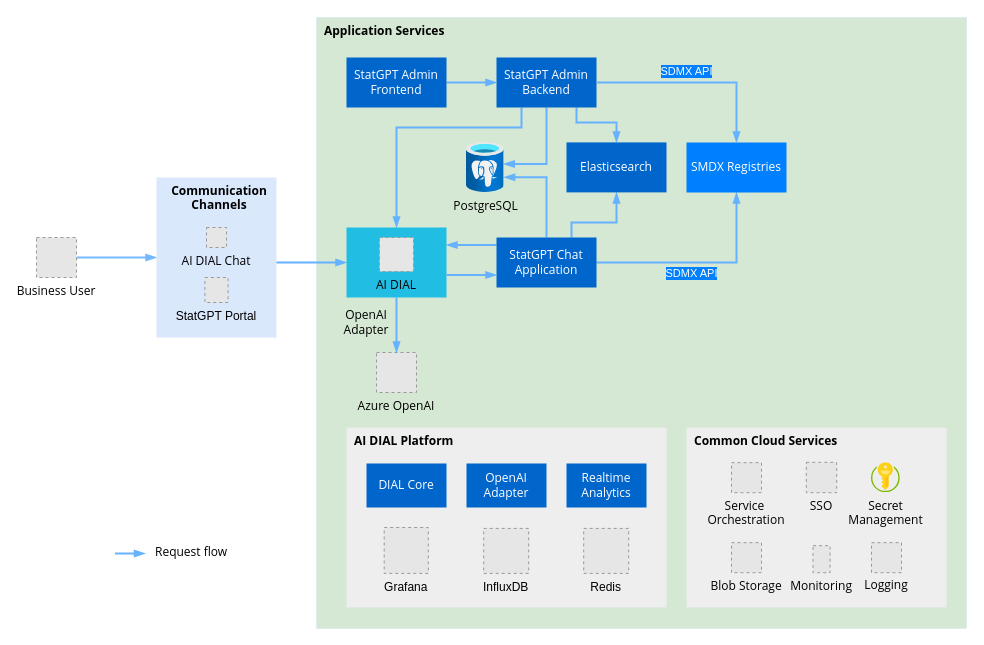
This is page "high-level architecture" (1 of 2) of architecture/content/diagrams.drawio from epam/statgpt, a draw.io file, before an edit. Source tidied: cells renumbered, new cells numbered last; positions are measured from the earlier drawing's top-left corner, leaving out a move shared by most shapes. Both pictures are drawn from the tidied source at 100%, with x=0, y=0 at pixel (36, 17). Pictures stored in the file or linked from it are replaced by grey dashed boxes.
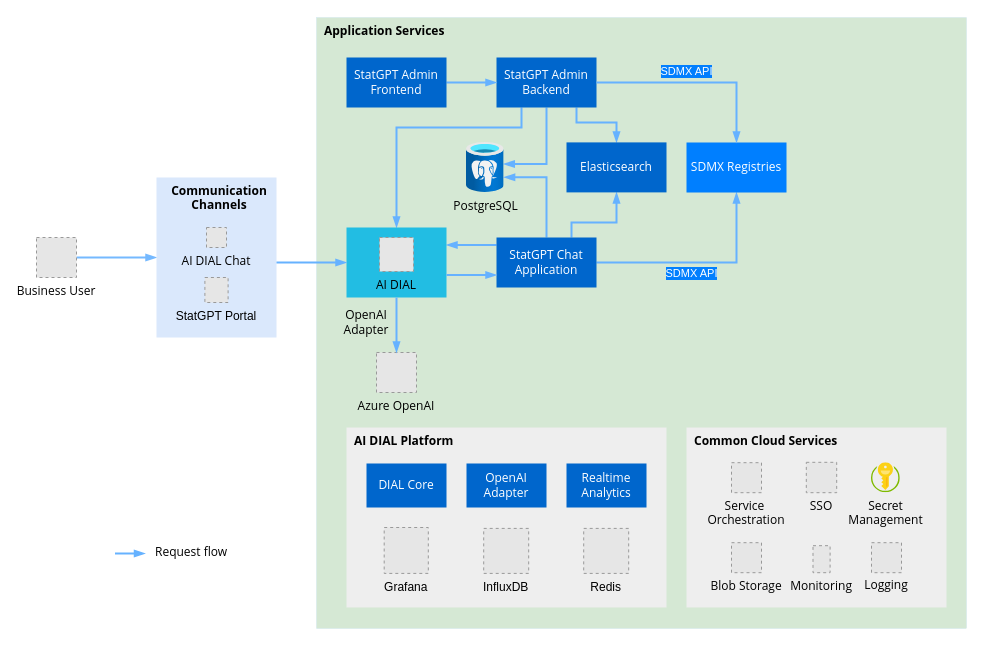
The same diagram, later.

The edit, as a diff of the source:
```diff
@@
-    <mxCell id="27" value="SMDX Registries" style="rounded=0;whiteSpace=wrap;html=1;fillColor=#007FFF;fontColor=#FFFFFF;strokeColor=none;fontFamily=Open Sans;" parent="1" vertex="1">
+    <mxCell id="27" value="SDMX Registries" style="rounded=0;whiteSpace=wrap;html=1;fillColor=#007FFF;fontColor=#FFFFFF;strokeColor=none;fontFamily=Open Sans;" parent="1" vertex="1">
       <mxGeometry x="650" y="125" width="100" height="50" as="geometry" />
     </mxCell>
```
